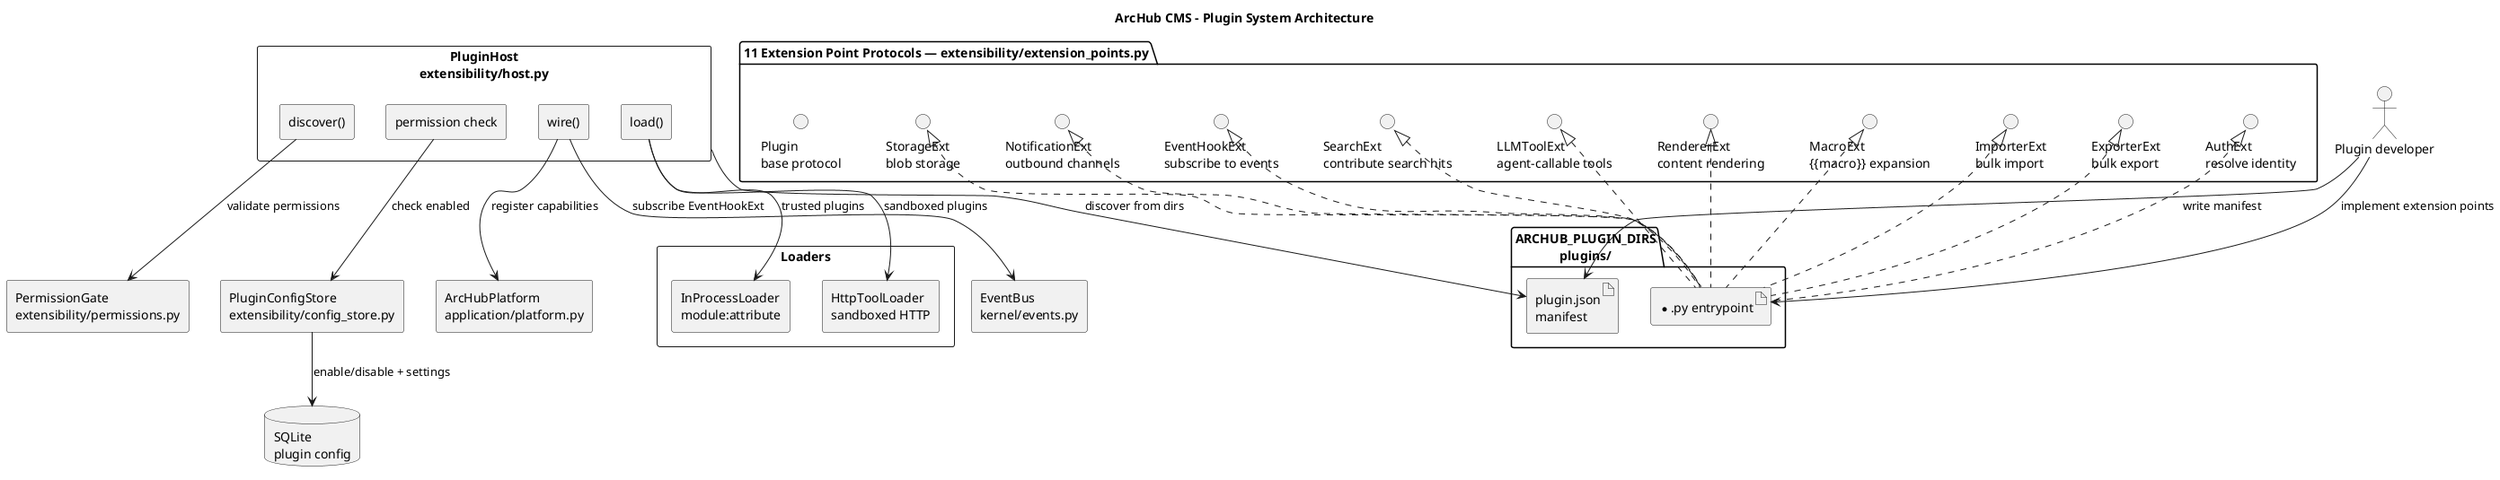
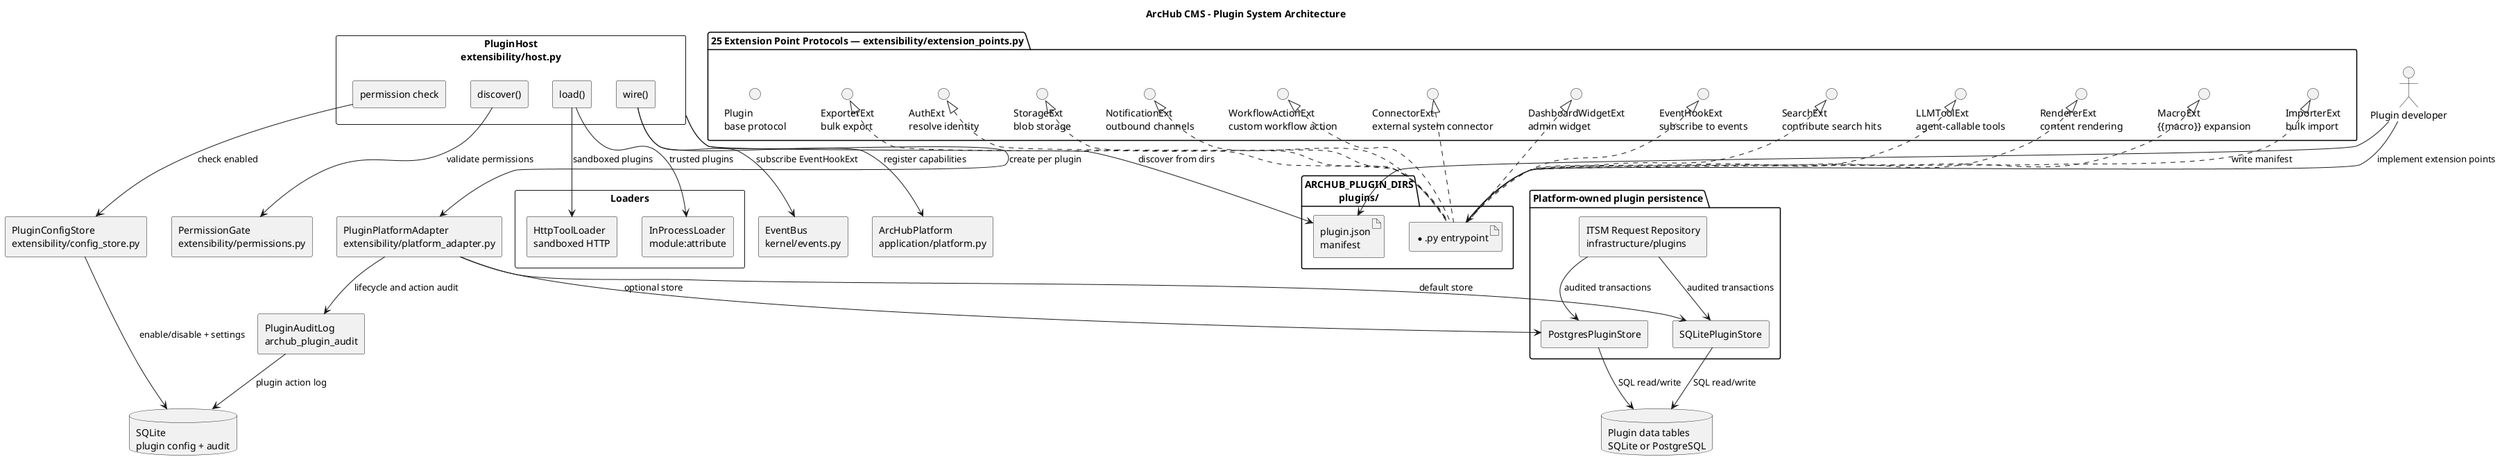
@startuml
title ArcHub CMS - Plugin System Architecture
skinparam componentStyle rectangle
skinparam shadowing false
skinparam defaultFontName Arial

actor "Plugin developer" as Dev
folder "ARCHUB_PLUGIN_DIRS\nplugins/" as PluginFiles {
    artifact "plugin.json\nmanifest" as Manifest
    artifact "*.py entrypoint" as Code
}

component "PluginHost\nextensibility/host.py" as Host {
    component "discover()" as Discover
    component "permission check" as PermCheck
    component "load()" as Load
    component "wire()" as Wire
}

component "PermissionGate\nextensibility/permissions.py" as Gate
component "PluginConfigStore\nextensibility/config_store.py" as ConfigStore
+ component "PluginPlatformAdapter\nextensibility/platform_adapter.py" as PlatformAdapter
+ component "PluginAuditLog\narchub_plugin_audit" as AuditLog
component "Loaders" as Loaders {
    component "InProcessLoader\nmodule:attribute" as InProcess
    component "HttpToolLoader\nsandboxed HTTP" as HttpLoader
}

- package "11 Extension Point Protocols — extensibility/extension_points.py" {
+ package "25 Extension Point Protocols — extensibility/extension_points.py" {
    interface "EventHookExt\nsubscribe to events" as EventHook
    interface "SearchExt\ncontribute search hits" as Search
    interface "LLMToolExt\nagent-callable tools" as LLMTool
    interface "RendererExt\ncontent rendering" as Renderer
    interface "MacroExt\n{{macro}} expansion" as Macro
    interface "ImporterExt\nbulk import" as Importer
    interface "ExporterExt\nbulk export" as Exporter
    interface "AuthExt\nresolve identity" as Auth
    interface "StorageExt\nblob storage" as Storage
    interface "NotificationExt\noutbound channels" as Notification
+     interface "WorkflowActionExt\ncustom workflow action" as WorkflowAction
+     interface "ConnectorExt\nexternal system connector" as Connector
+     interface "DashboardWidgetExt\nadmin widget" as DashboardWidget
    interface "Plugin\nbase protocol" as Plugin
+ }
+ 
+ package "Platform-owned plugin persistence" {
+     component "SQLitePluginStore" as SQLiteStore
+     component "PostgresPluginStore" as PostgresStore
+     component "ITSM Request Repository\ninfrastructure/plugins" as ItsmRepo
}

component "EventBus\nkernel/events.py" as EventBus
component "ArcHubPlatform\napplication/platform.py" as Platform
- database "SQLite\nplugin config" as DB
+ database "SQLite\nplugin config + audit" as DB
+ database "Plugin data tables\nSQLite or PostgreSQL" as PluginDB

Dev --> Manifest : write manifest
Dev --> Code : implement extension points
Host --> Manifest : discover from dirs
Discover --> Gate : validate permissions
PermCheck --> ConfigStore : check enabled
Load --> InProcess : trusted plugins
Load --> HttpLoader : sandboxed plugins
Wire --> EventBus : subscribe EventHookExt
Wire --> Platform : register capabilities
+ Host --> PlatformAdapter : create per plugin
+ PlatformAdapter --> SQLiteStore : default store
+ PlatformAdapter --> PostgresStore : optional store
+ PlatformAdapter --> AuditLog : lifecycle and action audit
+ ItsmRepo --> SQLiteStore : audited transactions
+ ItsmRepo --> PostgresStore : audited transactions

EventHook <|.. Code
Search <|.. Code
LLMTool <|.. Code
Renderer <|.. Code
Macro <|.. Code
Importer <|.. Code
Exporter <|.. Code
Auth <|.. Code
Storage <|.. Code
Notification <|.. Code
+ WorkflowAction <|.. Code
+ Connector <|.. Code
+ DashboardWidget <|.. Code

ConfigStore --> DB : enable/disable + settings
+ AuditLog --> DB : plugin action log
+ SQLiteStore --> PluginDB : SQL read/write
+ PostgresStore --> PluginDB : SQL read/write
@enduml
